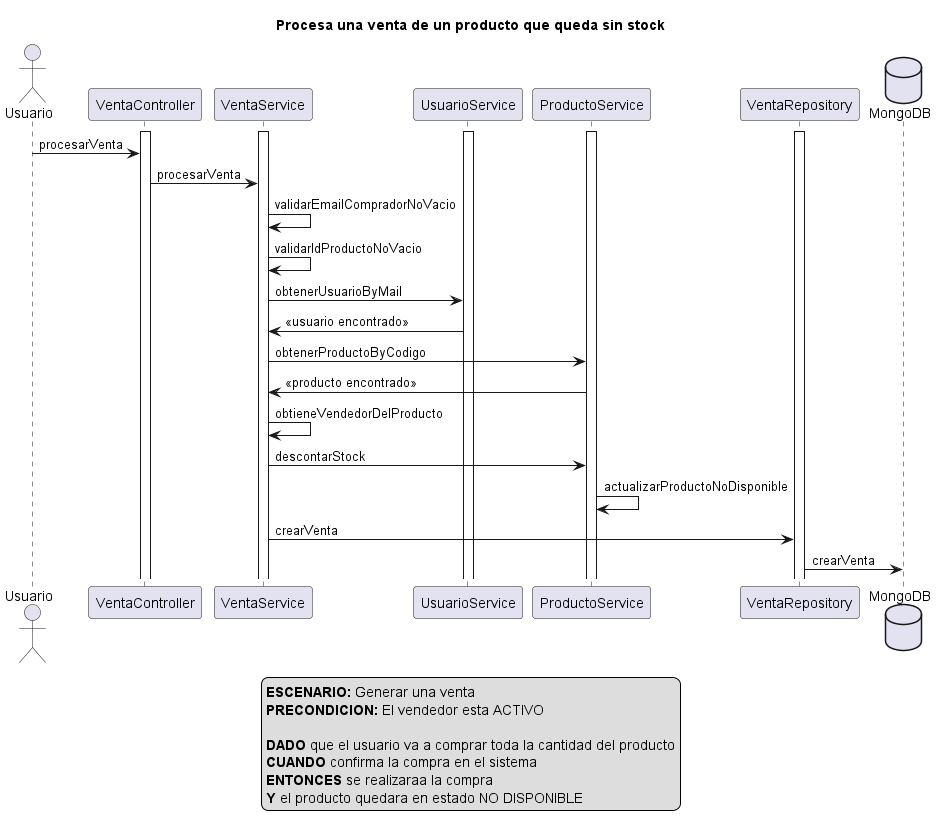
Earlier version of the PlantUML export src/main/resources/com/arqsoft/medici/diagramas/secuencia/ventas/procesarVentaProductoQuedaSinStock.png (marilaumedici/arqSoft2ModuloVendedor).
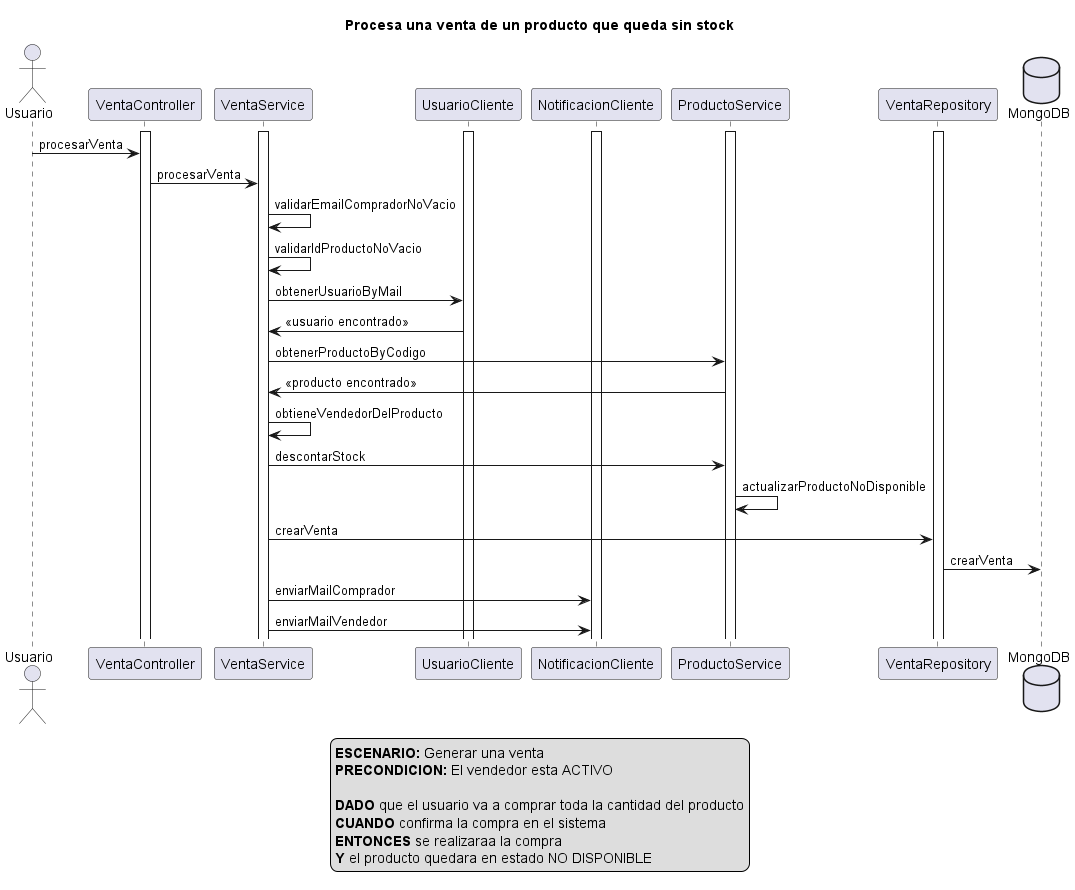
The same diagram one commit later.

Commit message:
se modifican diagramas de secuencia de ventas para incluir cliente de usuario y de notificaciones

Change to the diagram source:
```diff
@@ -2,7 +2,8 @@
 actor Usuario
 activate VentaController
 activate VentaService
-activate UsuarioService
+activate UsuarioCliente
+activate NotificacionCliente
 activate ProductoService
 activate VentaRepository
 database MongoDB
@@ -17,9 +18,9 @@
 
 VentaService -> VentaService: validarIdProductoNoVacio
 
-VentaService -> UsuarioService: obtenerUsuarioByMail
+VentaService -> UsuarioCliente: obtenerUsuarioByMail
 
-UsuarioService -> VentaService: <<usuario encontrado>>
+UsuarioCliente -> VentaService: <<usuario encontrado>>
 
 VentaService -> ProductoService: obtenerProductoByCodigo
 
@@ -34,6 +35,10 @@
 VentaService -> VentaRepository: crearVenta
 
 VentaRepository -> MongoDB: crearVenta
+
+VentaService -> NotificacionCliente: enviarMailComprador
+
+VentaService -> NotificacionCliente: enviarMailVendedor
 
 
 legend
```
